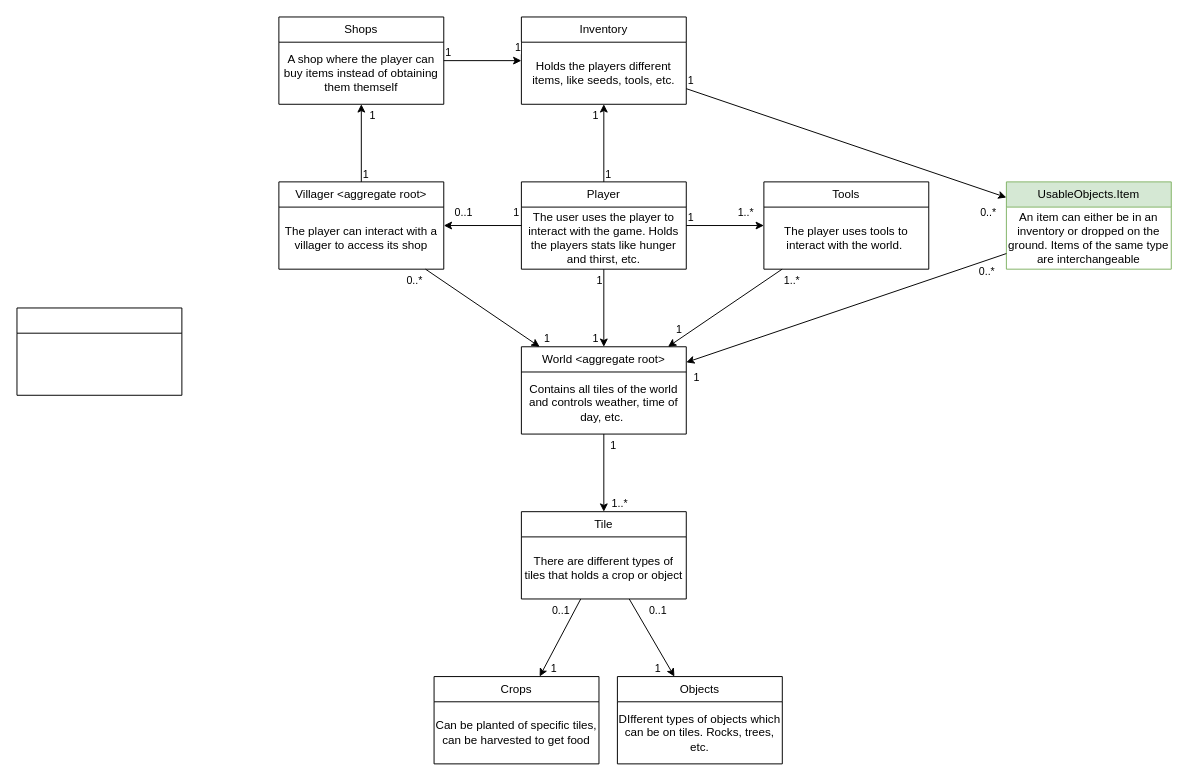
This is Domainmodel.drawio from ErikFogelstrand/OOPP-eenn, a draw.io file, before an edit. Source tidied: cells renumbered, new cells numbered last; positions are measured from the earlier drawing's top-left corner, leaving out a move shared by most shapes. Both pictures are drawn from the tidied source at 97%, with x=0, y=0 at pixel (16, 16).
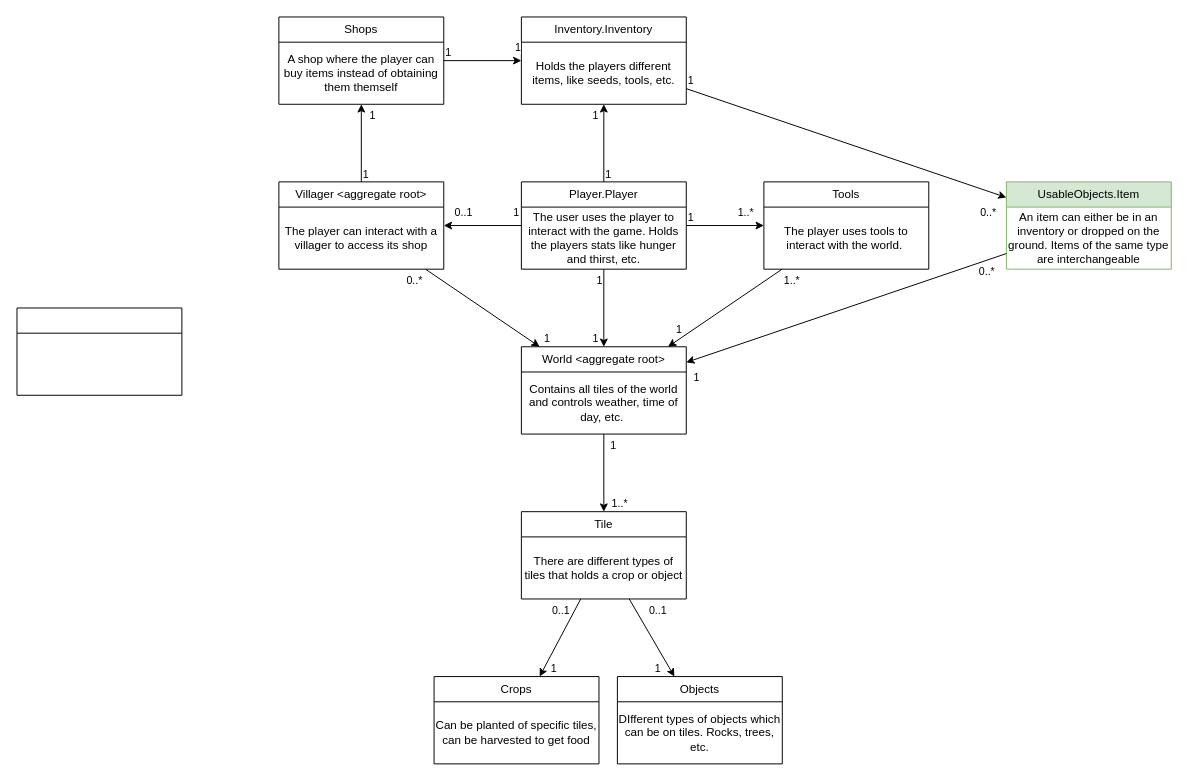
After the change.

Diff of the diagram source:
```diff
@@
-    <mxCell id="3" value="Player" style="swimlane;fontStyle=0;horizontal=1;startSize=26;fillColor=none;whiteSpace=wrap;html=1;" parent="1" vertex="1">
+    <mxCell id="3" value="Player.Player" style="swimlane;fontStyle=0;horizontal=1;startSize=26;fillColor=none;whiteSpace=wrap;html=1;" parent="1" vertex="1">
       <mxGeometry x="520" y="170" width="170" height="90" as="geometry" />
     </mxCell>
@@
-    <mxCell id="5" value="Inventory" style="swimlane;fontStyle=0;horizontal=1;startSize=26;fillColor=none;whiteSpace=wrap;html=1;" parent="1" vertex="1">
+    <mxCell id="5" value="Inventory.Inventory" style="swimlane;fontStyle=0;horizontal=1;startSize=26;fillColor=none;whiteSpace=wrap;html=1;" parent="1" vertex="1">
       <mxGeometry x="520" width="170" height="90" as="geometry" />
     </mxCell>
```
